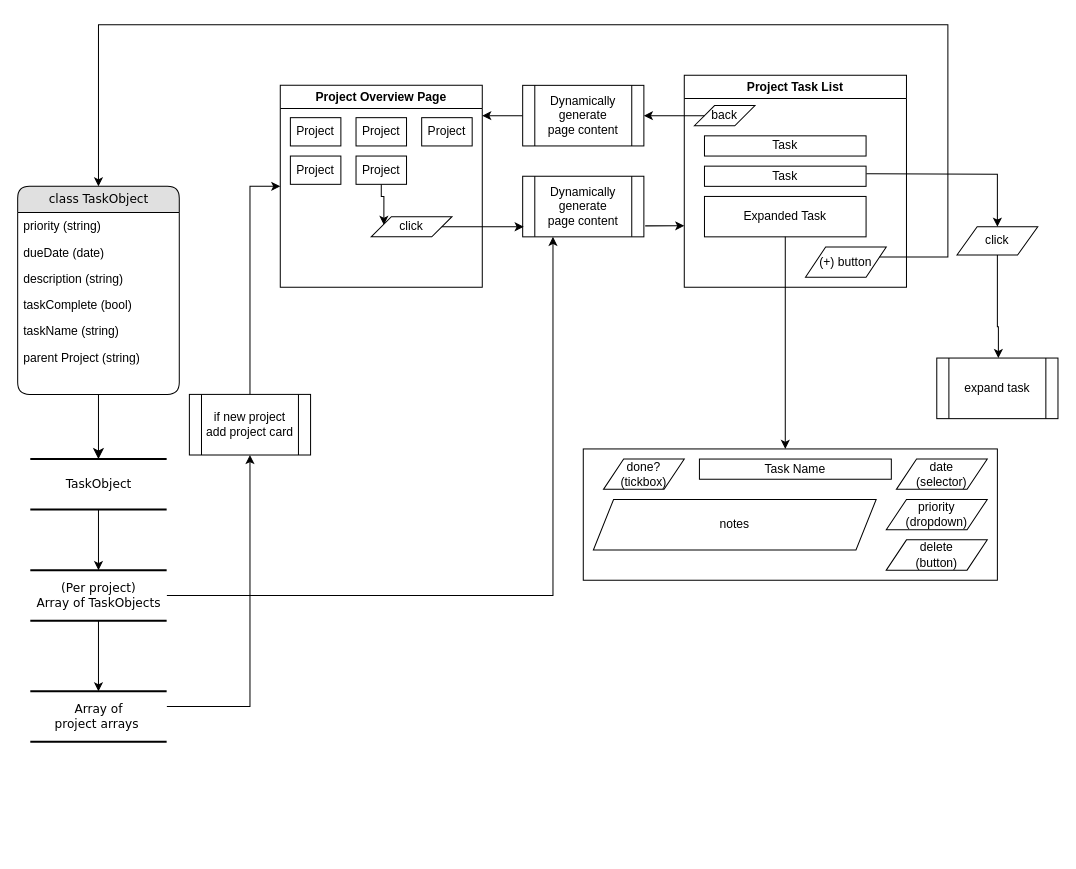
Above: flowchart.drawio in sykul/Todo-List (draw.io), before the change. Source tidied: cells renumbered, new cells numbered last; positions are measured from the earlier drawing's top-left corner, leaving out a move shared by most shapes. Both pictures are drawn from the tidied source at 101%, with x=0, y=0 at pixel (17, 24).
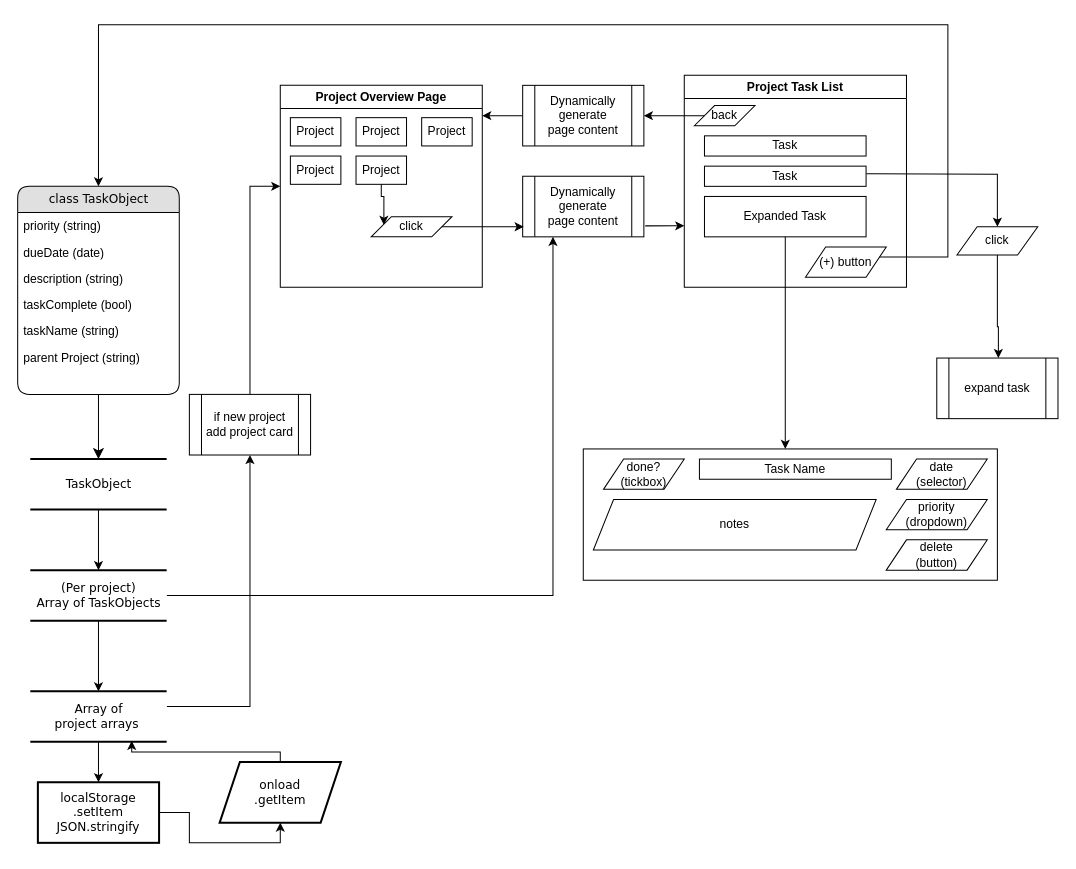
The same page after the edit.

Commit message (it also covers changes not shown here):
add localstorage flow to flowchart

Unchanged cells that the change refers to:
```xml
<mxCell id="33" value="&lt;div&gt;&lt;span style=&quot;background-color: initial;&quot;&gt;Array of&lt;/span&gt;&lt;/div&gt;&lt;div&gt;&lt;span style=&quot;background-color: initial;&quot;&gt;project arrays&amp;nbsp;&lt;/span&gt;&lt;br&gt;&lt;/div&gt;" style="html=1;rounded=0;shadow=0;comic=0;labelBackgroundColor=none;strokeWidth=2;fontFamily=Verdana;fontSize=12;align=center;shape=mxgraph.ios7ui.horLines;" parent="1" vertex="1">
  <mxGeometry x="12.5" y="660" width="135" height="50" as="geometry" />
</mxCell>
```

What changed in the source:
```diff
@@
+    <mxCell id="52" style="edgeStyle=orthogonalEdgeStyle;rounded=0;jettySize=auto;html=1;" parent="1" edge="1" source="33" target="53">
+      <mxGeometry relative="1" as="geometry" />
+    </mxCell>
@@
+    <mxCell id="53" value="localStorage&lt;div&gt;.setItem&lt;/div&gt;&lt;div&gt;JSON.stringify&lt;/div&gt;" style="whiteSpace=wrap;html=1;fontFamily=Verdana;rounded=0;shadow=0;comic=0;labelBackgroundColor=none;strokeWidth=2;" parent="1" vertex="1">
+      <mxGeometry x="20" y="750" width="120" height="60" as="geometry" />
+    </mxCell>
+    <mxCell id="54" style="edgeStyle=orthogonalEdgeStyle;rounded=0;jettySize=auto;html=1;entryX=0.5;entryY=1;entryDx=0;entryDy=0;" parent="1" edge="1" source="53" target="55">
+      <mxGeometry relative="1" as="geometry" />
+    </mxCell>
+    <mxCell id="55" value="onload&lt;div&gt;.getItem&lt;/div&gt;" style="shape=parallelogram;perimeter=parallelogramPerimeter;whiteSpace=wrap;html=1;fixedSize=1;fontFamily=Verdana;rounded=0;shadow=0;comic=0;labelBackgroundColor=none;strokeWidth=2;" parent="1" vertex="1">
+      <mxGeometry x="200" y="730" width="120" height="60" as="geometry" />
+    </mxCell>
+    <mxCell id="56" style="edgeStyle=orthogonalEdgeStyle;rounded=0;jettySize=auto;html=1;entryX=0.744;entryY=0.98;entryDx=0;entryDy=0;entryPerimeter=0;exitX=0.5;exitY=0;exitDx=0;exitDy=0;" parent="1" edge="1" source="55" target="33">
+      <mxGeometry relative="1" as="geometry">
+        <Array as="points">
+          <mxPoint x="260" y="720" />
+          <mxPoint x="113" y="720" />
+        </Array>
+      </mxGeometry>
+    </mxCell>
```
